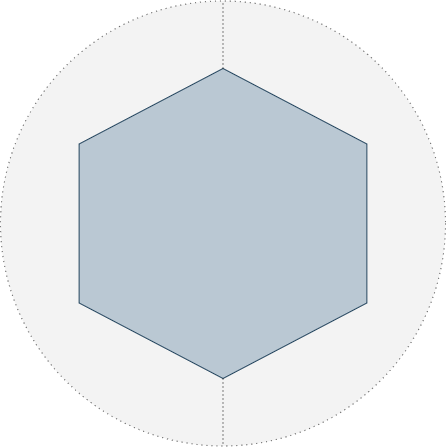
Above: pic/六边形架构.drawio.png in guxdong/imgrepo (draw.io), before the change. Source tidied: cells renumbered, new cells last; positions are measured from the earlier drawing's top-left corner, leaving out a move shared by most shapes.
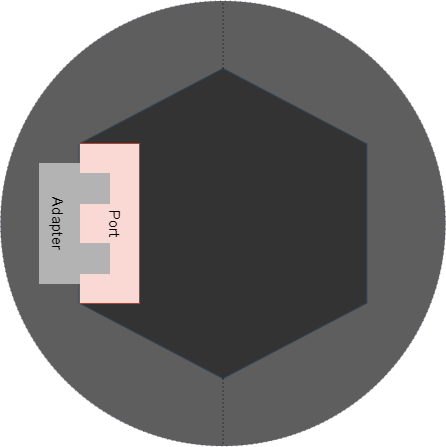
Above is the later version.

Commit message:
更新六边形架构.drawio.png

The edit, as a diff of the source:
```diff
@@ -2,17 +2,38 @@
   <root>
     <mxCell id="0" />
     <mxCell id="1" parent="0" />
-    <mxCell id="2" style="ellipse;whiteSpace=wrap;html=1;fillColor=#eeeeee;strokeColor=default;dashed=1;dashPattern=1 4;opacity=70;" parent="1" vertex="1">
+    <mxCell id="2" style="ellipse;whiteSpace=wrap;html=1;fillColor=#1A1A1A;strokeColor=#432D57;dashed=1;dashPattern=1 4;opacity=70;fontColor=#ffffff;fontSize=15;" parent="1" vertex="1">
       <mxGeometry y="0.5" width="445" height="445" as="geometry" />
     </mxCell>
-    <mxCell id="3" style="shape=hexagon;perimeter=hexagonPerimeter2;whiteSpace=wrap;html=1;fixedSize=1;size=75.5;rotation=90;fillColor=#bac8d3;strokeColor=#23445d;" parent="1" vertex="1">
+    <mxCell id="3" style="shape=hexagon;perimeter=hexagonPerimeter2;whiteSpace=wrap;html=1;fixedSize=1;size=75.5;rotation=90;fillColor=#333333;strokeColor=#314354;fontColor=#ffffff;fontSize=15;" parent="1" vertex="1">
       <mxGeometry x="67.5" y="79.1" width="310" height="287.8" as="geometry" />
     </mxCell>
-    <mxCell id="4" style="endArrow=none;dashed=1;html=1;dashPattern=1 3;strokeWidth=1;rounded=0;entryX=0.5;entryY=0;entryDx=0;entryDy=0;exitX=0;exitY=0.5;exitDx=0;exitDy=0;" parent="1" edge="1" source="3" target="2">
+    <mxCell id="4" style="endArrow=none;dashed=1;html=1;dashPattern=1 3;strokeWidth=1;rounded=0;entryX=0.5;entryY=0;entryDx=0;entryDy=0;exitX=0;exitY=0.5;exitDx=0;exitDy=0;fontSize=15;" parent="1" edge="1" source="3" target="2">
       <mxGeometry relative="1" as="geometry" />
     </mxCell>
-    <mxCell id="5" style="endArrow=none;dashed=1;html=1;dashPattern=1 3;strokeWidth=1;rounded=0;exitX=1;exitY=0.5;exitDx=0;exitDy=0;entryX=0.5;entryY=1;entryDx=0;entryDy=0;" parent="1" edge="1" source="3" target="2">
+    <mxCell id="5" style="endArrow=none;dashed=1;html=1;dashPattern=1 3;strokeWidth=1;rounded=0;exitX=1;exitY=0.5;exitDx=0;exitDy=0;entryX=0.5;entryY=1;entryDx=0;entryDy=0;fontSize=15;" parent="1" edge="1" source="3" target="2">
       <mxGeometry relative="1" as="geometry" />
     </mxCell>
+    <mxCell id="6" style="rounded=0;whiteSpace=wrap;html=1;fillColor=#fad9d5;strokeColor=#ae4132;fontSize=15;" parent="1" vertex="1">
+      <mxGeometry x="79" y="143" width="60" height="160" as="geometry" />
+    </mxCell>
+    <mxCell id="7" style="group;fillColor=none;glass=1;fontSize=15;" parent="1" vertex="1">
+      <mxGeometry x="39" y="163" width="70" height="120" as="geometry" />
+    </mxCell>
+    <mxCell id="8" style="rounded=0;whiteSpace=wrap;html=1;fillColor=#B3B3B3;strokeColor=#B3B3B3;fontSize=15;" parent="7" vertex="1">
+      <mxGeometry x="40" y="10" width="30" height="30" as="geometry" />
+    </mxCell>
+    <mxCell id="9" style="rounded=0;whiteSpace=wrap;html=1;fillColor=#B3B3B3;strokeColor=#B3B3B3;fontSize=15;" parent="7" vertex="1">
+      <mxGeometry width="40" height="120" as="geometry" />
+    </mxCell>
+    <mxCell id="10" style="rounded=0;whiteSpace=wrap;html=1;fillColor=#B3B3B3;strokeColor=#B3B3B3;fontSize=15;" parent="7" vertex="1">
+      <mxGeometry x="40" y="80" width="30" height="30" as="geometry" />
+    </mxCell>
+    <mxCell id="11" value="Adapter" style="text;html=1;align=center;verticalAlign=middle;strokeColor=none;fillColor=none;rotation=90;fontSize=15;" parent="7" vertex="1">
+      <mxGeometry x="-21" y="45" width="80" height="30" as="geometry" />
+    </mxCell>
+    <mxCell id="12" value="Port" style="text;html=1;align=center;verticalAlign=middle;strokeColor=none;fillColor=none;rotation=90;fontSize=15;" parent="1" vertex="1">
+      <mxGeometry x="90" y="208" width="50" height="30" as="geometry" />
+    </mxCell>
   </root>
 </mxGraphModel>
```
